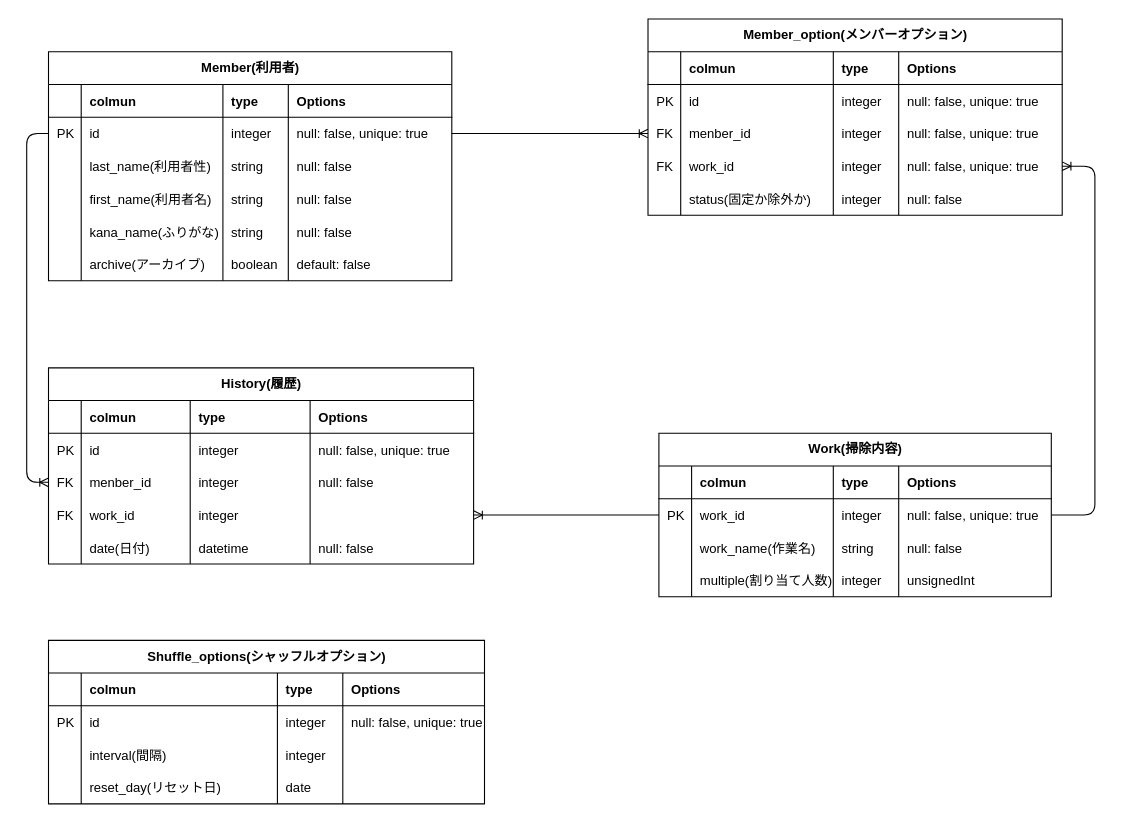
yudai142/DutyShuffle keeps this draw.io diagram as ER図(掃除当番管理アプリ).drawio. Above is the earlier version. Source tidied: cells renumbered, new cells numbered last; positions are measured from the earlier drawing's top-left corner, leaving out a move shared by most shapes. Both pictures are drawn from the tidied source at 109%, with x=0, y=0 at pixel (26, 19).
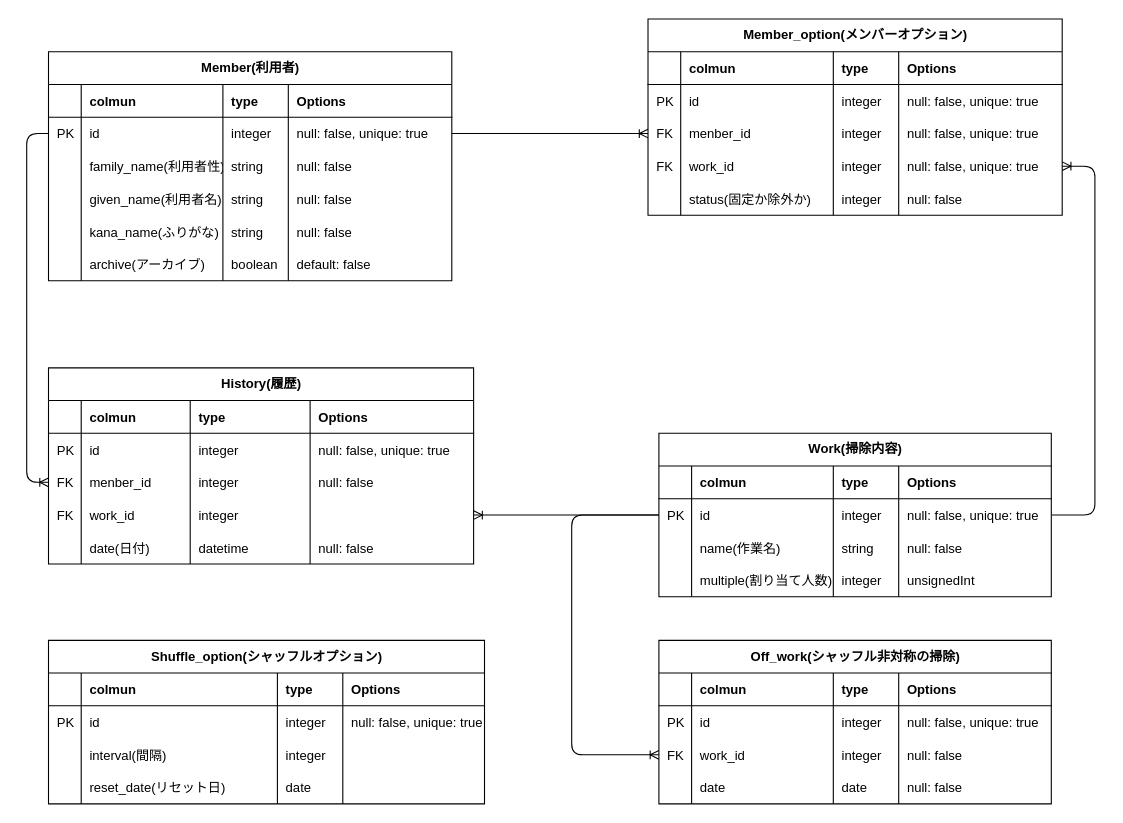
The same diagram, later.

The change refers to these unchanged cells:
```xml
<mxCell id="39" style="shape=partialRectangle;fillColor=none;top=0;left=0;bottom=0;right=0;" parent="28" vertex="1">
  <mxGeometry y="90" width="370" height="30" as="geometry" />
</mxCell>
<mxCell id="44" style="shape=partialRectangle;fillColor=none;top=0;left=0;bottom=0;right=0;" parent="28" vertex="1">
  <mxGeometry y="120" width="370" height="30" as="geometry" />
</mxCell>
<mxCell id="92" style="shape=partialRectangle;fillColor=none;top=0;left=0;bottom=0;right=0;points=[[0,0.5],[1,0.5]];portConstraint=eastwest;" parent="86" vertex="1">
  <mxGeometry y="60" width="360" height="30" as="geometry" />
</mxCell>
<mxCell id="97" style="shape=partialRectangle;fillColor=none;top=0;left=0;bottom=0;right=0;" parent="86" vertex="1">
  <mxGeometry y="90" width="360" height="30" as="geometry" />
</mxCell>
<mxCell id="127" style="shape=partialRectangle;fillColor=none;top=0;left=0;bottom=0;right=0;" parent="110" vertex="1">
  <mxGeometry y="120" width="400" height="30" as="geometry" />
</mxCell>
```

The edit, as a diff of the source:
```diff
@@
-    <mxCell id="41" value="last_name(利用者性)" style="shape=partialRectangle;fillColor=none;top=0;left=0;bottom=0;right=0;align=left;spacingLeft=6;overflow=hidden;" parent="39" vertex="1">
+    <mxCell id="41" value="family_name(利用者性)" style="shape=partialRectangle;fillColor=none;top=0;left=0;bottom=0;right=0;align=left;spacingLeft=6;overflow=hidden;" parent="39" vertex="1">
       <mxGeometry x="30" width="130" height="30" as="geometry" />
     </mxCell>
@@
-    <mxCell id="46" value="first_name(利用者名)" style="shape=partialRectangle;fillColor=none;top=0;left=0;bottom=0;right=0;align=left;spacingLeft=6;overflow=hidden;" parent="44" vertex="1">
+    <mxCell id="46" value="given_name(利用者名)" style="shape=partialRectangle;fillColor=none;top=0;left=0;bottom=0;right=0;align=left;spacingLeft=6;overflow=hidden;" parent="44" vertex="1">
       <mxGeometry x="30" width="130" height="30" as="geometry" />
     </mxCell>
@@
-    <mxCell id="94" value="work_id" style="shape=partialRectangle;fillColor=none;top=0;left=0;bottom=0;right=0;align=left;spacingLeft=6;overflow=hidden;" parent="92" vertex="1">
+    <mxCell id="94" value="id" style="shape=partialRectangle;fillColor=none;top=0;left=0;bottom=0;right=0;align=left;spacingLeft=6;overflow=hidden;" parent="92" vertex="1">
       <mxGeometry x="30" width="130" height="30" as="geometry" />
     </mxCell>
@@
-    <mxCell id="99" value="work_name(作業名)" style="shape=partialRectangle;fillColor=none;top=0;left=0;bottom=0;right=0;align=left;spacingLeft=6;overflow=hidden;" parent="97" vertex="1">
+    <mxCell id="99" value="name(作業名)" style="shape=partialRectangle;fillColor=none;top=0;left=0;bottom=0;right=0;align=left;spacingLeft=6;overflow=hidden;" parent="97" vertex="1">
       <mxGeometry x="30" width="130" height="30" as="geometry" />
     </mxCell>
@@
-    <mxCell id="110" value="Shuffle_options(シャッフルオプション)" style="shape=table;startSize=30;childLayout=tableLayout;rowLines=0;fontStyle=1;align=center;html=1;direction=east;" parent="1" vertex="1">
+    <mxCell id="110" value="Shuffle_option(シャッフルオプション)" style="shape=table;startSize=30;childLayout=tableLayout;rowLines=0;fontStyle=1;align=center;html=1;direction=east;" parent="1" vertex="1">
       <mxGeometry x="20" y="570" width="400" height="150" as="geometry" />
     </mxCell>
@@
-    <mxCell id="129" value="reset_day(リセット日)" style="shape=partialRectangle;fillColor=none;top=0;left=0;bottom=0;right=0;align=left;spacingLeft=6;overflow=hidden;" parent="127" vertex="1">
+    <mxCell id="129" value="reset_date(リセット日)" style="shape=partialRectangle;fillColor=none;top=0;left=0;bottom=0;right=0;align=left;spacingLeft=6;overflow=hidden;" parent="127" vertex="1">
       <mxGeometry x="30" width="180" height="30" as="geometry" />
     </mxCell>
@@
+    <mxCell id="132" value="Off_work(シャッフル非対称の掃除)" style="shape=table;startSize=30;childLayout=tableLayout;rowLines=0;fontStyle=1;align=center;html=1;direction=east;" parent="1" vertex="1">
+      <mxGeometry x="580" y="570" width="360" height="150" as="geometry" />
+    </mxCell>
+    <mxCell id="133" style="shape=partialRectangle;fillColor=none;top=0;left=0;bottom=1;right=0;" parent="132" vertex="1">
+      <mxGeometry y="30" width="360" height="30" as="geometry" />
+    </mxCell>
+    <mxCell id="134" style="shape=partialRectangle;fillColor=none;top=0;left=0;bottom=0;right=0;align=left;spacingLeft=6;fontStyle=1;overflow=hidden;" parent="133" vertex="1">
+      <mxGeometry width="30" height="30" as="geometry" />
+    </mxCell>
+    <mxCell id="135" value="colmun" style="shape=partialRectangle;fillColor=none;top=0;left=0;bottom=0;right=0;align=left;spacingLeft=6;fontStyle=1;overflow=hidden;" parent="133" vertex="1">
+      <mxGeometry x="30" width="130" height="30" as="geometry" />
+    </mxCell>
+    <mxCell id="136" value="type" style="shape=partialRectangle;fillColor=none;top=0;left=0;bottom=0;right=0;align=left;spacingLeft=6;fontStyle=1;overflow=hidden;" parent="133" vertex="1">
+      <mxGeometry x="160" width="60" height="30" as="geometry" />
+    </mxCell>
+    <mxCell id="137" value="Options" style="shape=partialRectangle;fillColor=none;top=0;left=0;bottom=0;right=0;align=left;spacingLeft=6;fontStyle=1;overflow=hidden;" parent="133" vertex="1">
+      <mxGeometry x="220" width="140" height="30" as="geometry" />
+    </mxCell>
+    <mxCell id="138" style="shape=partialRectangle;fillColor=none;top=0;left=0;bottom=0;right=0;" parent="132" vertex="1">
+      <mxGeometry y="60" width="360" height="30" as="geometry" />
+    </mxCell>
+    <mxCell id="139" value="PK" style="shape=partialRectangle;fillColor=none;top=0;left=0;bottom=0;right=0;align=left;spacingLeft=6;overflow=hidden;" parent="138" vertex="1">
+      <mxGeometry width="30" height="30" as="geometry" />
+    </mxCell>
+    <mxCell id="140" value="id" style="shape=partialRectangle;fillColor=none;top=0;left=0;bottom=0;right=0;align=left;spacingLeft=6;overflow=hidden;" parent="138" vertex="1">
+      <mxGeometry x="30" width="130" height="30" as="geometry" />
+    </mxCell>
+    <mxCell id="141" value="integer" style="shape=partialRectangle;fillColor=none;top=0;left=0;bottom=0;right=0;align=left;spacingLeft=6;overflow=hidden;" parent="138" vertex="1">
+      <mxGeometry x="160" width="60" height="30" as="geometry" />
+    </mxCell>
+    <mxCell id="142" value="null: false, unique: true" style="shape=partialRectangle;fillColor=none;top=0;left=0;bottom=0;right=0;align=left;spacingLeft=6;overflow=hidden;" parent="138" vertex="1">
+      <mxGeometry x="220" width="140" height="30" as="geometry" />
+    </mxCell>
+    <mxCell id="143" style="shape=partialRectangle;fillColor=none;top=0;left=0;bottom=0;right=0;points=[[0,0.5],[1,0.5]];portConstraint=eastwest;" parent="132" vertex="1">
+      <mxGeometry y="90" width="360" height="30" as="geometry" />
+    </mxCell>
+    <mxCell id="144" value="FK" style="shape=partialRectangle;fillColor=none;top=0;left=0;bottom=0;right=0;align=left;spacingLeft=6;overflow=hidden;" parent="143" vertex="1">
+      <mxGeometry width="30" height="30" as="geometry" />
+    </mxCell>
+    <mxCell id="145" value="work_id" style="shape=partialRectangle;fillColor=none;top=0;left=0;bottom=0;right=0;align=left;spacingLeft=6;overflow=hidden;" parent="143" vertex="1">
+      <mxGeometry x="30" width="130" height="30" as="geometry" />
+    </mxCell>
+    <mxCell id="146" value="integer" style="shape=partialRectangle;fillColor=none;top=0;left=0;bottom=0;right=0;align=left;spacingLeft=6;overflow=hidden;" parent="143" vertex="1">
+      <mxGeometry x="160" width="60" height="30" as="geometry" />
+    </mxCell>
+    <mxCell id="147" value="null: false" style="shape=partialRectangle;fillColor=none;top=0;left=0;bottom=0;right=0;align=left;spacingLeft=6;overflow=hidden;" parent="143" vertex="1">
+      <mxGeometry x="220" width="140" height="30" as="geometry" />
+    </mxCell>
+    <mxCell id="148" style="shape=partialRectangle;fillColor=none;top=0;left=0;bottom=0;right=0;" parent="132" vertex="1">
+      <mxGeometry y="120" width="360" height="30" as="geometry" />
+    </mxCell>
+    <mxCell id="149" style="shape=partialRectangle;fillColor=none;top=0;left=0;bottom=0;right=0;align=left;spacingLeft=6;overflow=hidden;" parent="148" vertex="1">
+      <mxGeometry width="30" height="30" as="geometry" />
+    </mxCell>
+    <mxCell id="150" value="date" style="shape=partialRectangle;fillColor=none;top=0;left=0;bottom=0;right=0;align=left;spacingLeft=6;overflow=hidden;" parent="148" vertex="1">
+      <mxGeometry x="30" width="130" height="30" as="geometry" />
+    </mxCell>
+    <mxCell id="151" value="date" style="shape=partialRectangle;fillColor=none;top=0;left=0;bottom=0;right=0;align=left;spacingLeft=6;overflow=hidden;" parent="148" vertex="1">
+      <mxGeometry x="160" width="60" height="30" as="geometry" />
+    </mxCell>
+    <mxCell id="152" value="null: false" style="shape=partialRectangle;fillColor=none;top=0;left=0;bottom=0;right=0;align=left;spacingLeft=6;overflow=hidden;" parent="148" vertex="1">
+      <mxGeometry x="220" width="140" height="30" as="geometry" />
+    </mxCell>
+    <mxCell id="153" style="fontSize=12;html=1;endArrow=ERoneToMany;edgeStyle=orthogonalEdgeStyle;exitX=0;exitY=0.5;exitDx=0;exitDy=0;entryX=0;entryY=0.5;entryDx=0;entryDy=0;" parent="1" edge="1" source="92" target="143">
+      <mxGeometry relative="1" as="geometry">
+        <Array as="points">
+          <mxPoint x="500" y="455" />
+          <mxPoint x="500" y="675" />
+        </Array>
+      </mxGeometry>
+    </mxCell>
```
